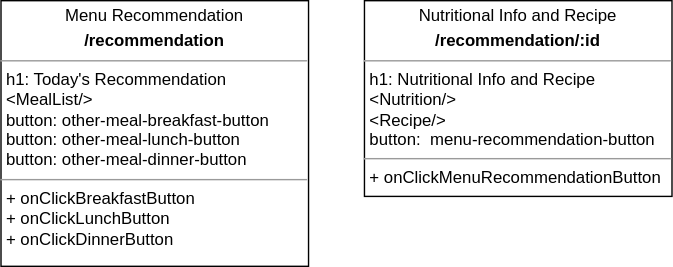
swsnu/swpp2021-team5 keeps this draw.io diagram as diagrams/영서 Diagram.drawio.svg. Above is the earlier version. Source tidied: cells renumbered, new cells last; positions are measured from the earlier drawing's top-left corner, leaving out a move shared by most shapes.
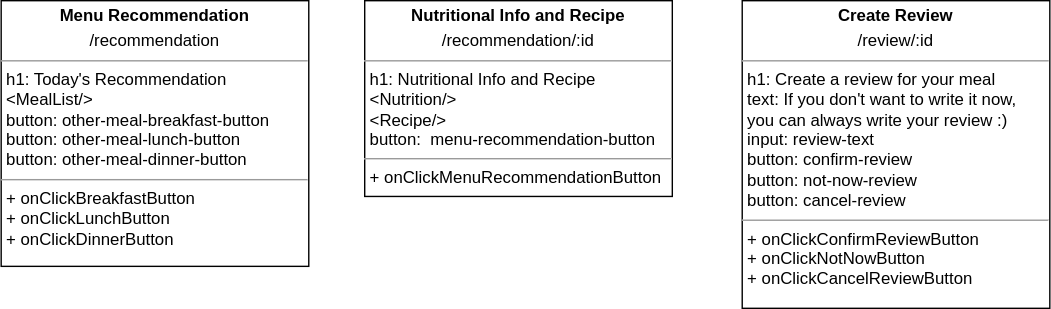
After the commit.

Diff of the diagram source:
```diff
@@ -2,11 +2,14 @@
   <root>
     <mxCell id="0" />
     <mxCell id="1" parent="0" />
-    <mxCell id="2" value="&lt;p style=&quot;margin: 0px ; margin-top: 4px ; text-align: center&quot;&gt;Menu Recommendation&lt;/p&gt;&lt;p style=&quot;margin: 0px ; margin-top: 4px ; text-align: center&quot;&gt;&lt;b&gt;/recommendation&lt;/b&gt;&lt;/p&gt;&lt;hr size=&quot;1&quot;&gt;&lt;p style=&quot;margin: 0px ; margin-left: 4px&quot;&gt;h1: Today's Recommendation&lt;/p&gt;&lt;p style=&quot;margin: 0px ; margin-left: 4px&quot;&gt;&amp;lt;MealList/&amp;gt;&lt;/p&gt;&lt;p style=&quot;margin: 0px ; margin-left: 4px&quot;&gt;button:&amp;nbsp;&lt;span&gt;other-meal-breakfast-button&lt;/span&gt;&lt;/p&gt;&lt;p style=&quot;margin: 0px 0px 0px 4px&quot;&gt;button: other-meal-lunch-button&lt;/p&gt;&lt;p style=&quot;margin: 0px 0px 0px 4px&quot;&gt;button: other-meal-dinner-button&lt;br&gt;&lt;/p&gt;&lt;hr size=&quot;1&quot;&gt;&lt;p style=&quot;margin: 0px ; margin-left: 4px&quot;&gt;+ onClickBreakfastButton&lt;br&gt;+ onClickLunchButton&lt;/p&gt;&lt;p style=&quot;margin: 0px ; margin-left: 4px&quot;&gt;+ onClickDinnerButton&lt;/p&gt;" style="verticalAlign=top;align=left;overflow=fill;fontSize=12;fontFamily=Helvetica;html=1;rounded=0;shadow=0;comic=0;labelBackgroundColor=none;strokeWidth=1;" parent="1" vertex="1">
+    <mxCell id="2" value="&lt;p style=&quot;margin: 0px ; margin-top: 4px ; text-align: center&quot;&gt;&lt;b&gt;Menu Recommendation&lt;/b&gt;&lt;/p&gt;&lt;p style=&quot;margin: 0px ; margin-top: 4px ; text-align: center&quot;&gt;/recommendation&lt;/p&gt;&lt;hr size=&quot;1&quot;&gt;&lt;p style=&quot;margin: 0px ; margin-left: 4px&quot;&gt;h1: Today's Recommendation&lt;/p&gt;&lt;p style=&quot;margin: 0px ; margin-left: 4px&quot;&gt;&amp;lt;MealList/&amp;gt;&lt;/p&gt;&lt;p style=&quot;margin: 0px ; margin-left: 4px&quot;&gt;button:&amp;nbsp;&lt;span&gt;other-meal-breakfast-button&lt;/span&gt;&lt;/p&gt;&lt;p style=&quot;margin: 0px 0px 0px 4px&quot;&gt;button: other-meal-lunch-button&lt;/p&gt;&lt;p style=&quot;margin: 0px 0px 0px 4px&quot;&gt;button: other-meal-dinner-button&lt;br&gt;&lt;/p&gt;&lt;hr size=&quot;1&quot;&gt;&lt;p style=&quot;margin: 0px ; margin-left: 4px&quot;&gt;+ onClickBreakfastButton&lt;br&gt;+ onClickLunchButton&lt;/p&gt;&lt;p style=&quot;margin: 0px ; margin-left: 4px&quot;&gt;+ onClickDinnerButton&lt;/p&gt;" style="verticalAlign=top;align=left;overflow=fill;fontSize=12;fontFamily=Helvetica;html=1;rounded=0;shadow=0;comic=0;labelBackgroundColor=none;strokeWidth=1;" parent="1" vertex="1">
       <mxGeometry width="220" height="190" as="geometry" />
     </mxCell>
-    <mxCell id="3" value="&lt;p style=&quot;margin: 0px ; margin-top: 4px ; text-align: center&quot;&gt;Nutritional Info and Recipe&lt;/p&gt;&lt;p style=&quot;margin: 0px ; margin-top: 4px ; text-align: center&quot;&gt;&lt;b&gt;/recommendation/:id&lt;/b&gt;&lt;/p&gt;&lt;hr size=&quot;1&quot;&gt;&lt;p style=&quot;margin: 0px ; margin-left: 4px&quot;&gt;h1: Nutritional Info and Recipe&lt;/p&gt;&lt;p style=&quot;margin: 0px ; margin-left: 4px&quot;&gt;&amp;lt;Nutrition/&amp;gt;&lt;/p&gt;&lt;p style=&quot;margin: 0px ; margin-left: 4px&quot;&gt;&amp;lt;Recipe/&amp;gt;&lt;/p&gt;&lt;p style=&quot;margin: 0px ; margin-left: 4px&quot;&gt;button:&amp;nbsp;&amp;nbsp;&lt;span style=&quot;text-align: center&quot;&gt;menu-recommendation-button&lt;/span&gt;&lt;/p&gt;&lt;hr size=&quot;1&quot;&gt;&lt;p style=&quot;margin: 0px ; margin-left: 4px&quot;&gt;+ onClickMenuRecommendationButton&lt;/p&gt;" style="verticalAlign=top;align=left;overflow=fill;fontSize=12;fontFamily=Helvetica;html=1;rounded=0;shadow=0;comic=0;labelBackgroundColor=none;strokeWidth=1;" parent="1" vertex="1">
+    <mxCell id="3" value="&lt;p style=&quot;margin: 0px ; margin-top: 4px ; text-align: center&quot;&gt;&lt;b&gt;Nutritional Info and Recipe&lt;/b&gt;&lt;/p&gt;&lt;p style=&quot;margin: 0px ; margin-top: 4px ; text-align: center&quot;&gt;/recommendation/:id&lt;/p&gt;&lt;hr size=&quot;1&quot;&gt;&lt;p style=&quot;margin: 0px ; margin-left: 4px&quot;&gt;h1: Nutritional Info and Recipe&lt;/p&gt;&lt;p style=&quot;margin: 0px ; margin-left: 4px&quot;&gt;&amp;lt;Nutrition/&amp;gt;&lt;/p&gt;&lt;p style=&quot;margin: 0px ; margin-left: 4px&quot;&gt;&amp;lt;Recipe/&amp;gt;&lt;/p&gt;&lt;p style=&quot;margin: 0px ; margin-left: 4px&quot;&gt;button:&amp;nbsp;&amp;nbsp;&lt;span style=&quot;text-align: center&quot;&gt;menu-recommendation-button&lt;/span&gt;&lt;/p&gt;&lt;hr size=&quot;1&quot;&gt;&lt;p style=&quot;margin: 0px ; margin-left: 4px&quot;&gt;+ onClickMenuRecommendationButton&lt;/p&gt;" style="verticalAlign=top;align=left;overflow=fill;fontSize=12;fontFamily=Helvetica;html=1;rounded=0;shadow=0;comic=0;labelBackgroundColor=none;strokeWidth=1;" parent="1" vertex="1">
       <mxGeometry x="260" width="220" height="140" as="geometry" />
     </mxCell>
+    <mxCell id="4" value="&lt;p style=&quot;margin: 0px ; margin-top: 4px ; text-align: center&quot;&gt;&lt;b&gt;Create Review&lt;/b&gt;&lt;/p&gt;&lt;p style=&quot;margin: 0px ; margin-top: 4px ; text-align: center&quot;&gt;/review/:id&lt;/p&gt;&lt;hr size=&quot;1&quot;&gt;&lt;p style=&quot;margin: 0px ; margin-left: 4px&quot;&gt;h1: Create a review for your meal&lt;/p&gt;&lt;p style=&quot;margin: 0px ; margin-left: 4px&quot;&gt;text: If you don't want to write it now,&amp;nbsp;&lt;/p&gt;&lt;p style=&quot;margin: 0px ; margin-left: 4px&quot;&gt;you can always write your review :)&lt;/p&gt;&lt;p style=&quot;margin: 0px ; margin-left: 4px&quot;&gt;input: review-text&lt;/p&gt;&lt;p style=&quot;margin: 0px ; margin-left: 4px&quot;&gt;button: confirm-review&lt;/p&gt;&lt;p style=&quot;margin: 0px 0px 0px 4px&quot;&gt;button: not-now-review&lt;/p&gt;&lt;p style=&quot;margin: 0px 0px 0px 4px&quot;&gt;button: cancel-review&lt;br&gt;&lt;/p&gt;&lt;hr size=&quot;1&quot;&gt;&lt;p style=&quot;margin: 0px ; margin-left: 4px&quot;&gt;+ onClickConfirmReviewButton&lt;br&gt;+ onClickNotNowButton&lt;/p&gt;&lt;p style=&quot;margin: 0px ; margin-left: 4px&quot;&gt;+ onClickCancelReviewButton&lt;/p&gt;" style="verticalAlign=top;align=left;overflow=fill;fontSize=12;fontFamily=Helvetica;html=1;rounded=0;shadow=0;comic=0;labelBackgroundColor=none;strokeWidth=1;" parent="1" vertex="1">
+      <mxGeometry x="530" width="220" height="220" as="geometry" />
+    </mxCell>
   </root>
 </mxGraphModel>
```
